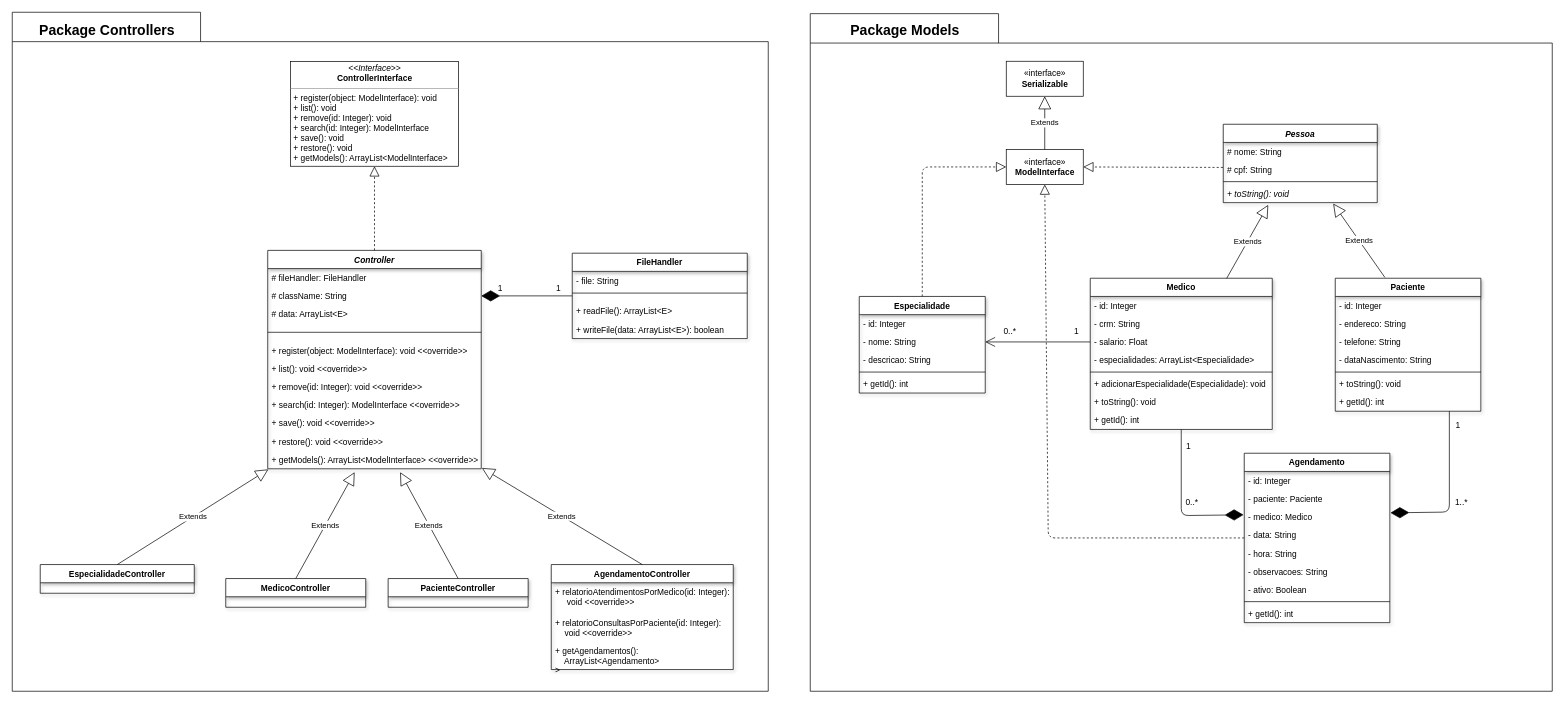
The draw.io diagram projeto1/docs/medical-clinic.drawio in thalysonalexr/POO, before the edit. Source tidied: cells renumbered, new cells numbered last; positions are measured from the earlier drawing's top-left corner, leaving out a move shared by most shapes. Both pictures are drawn from the tidied source at 70%, with x=0, y=0 at pixel (12, 12).
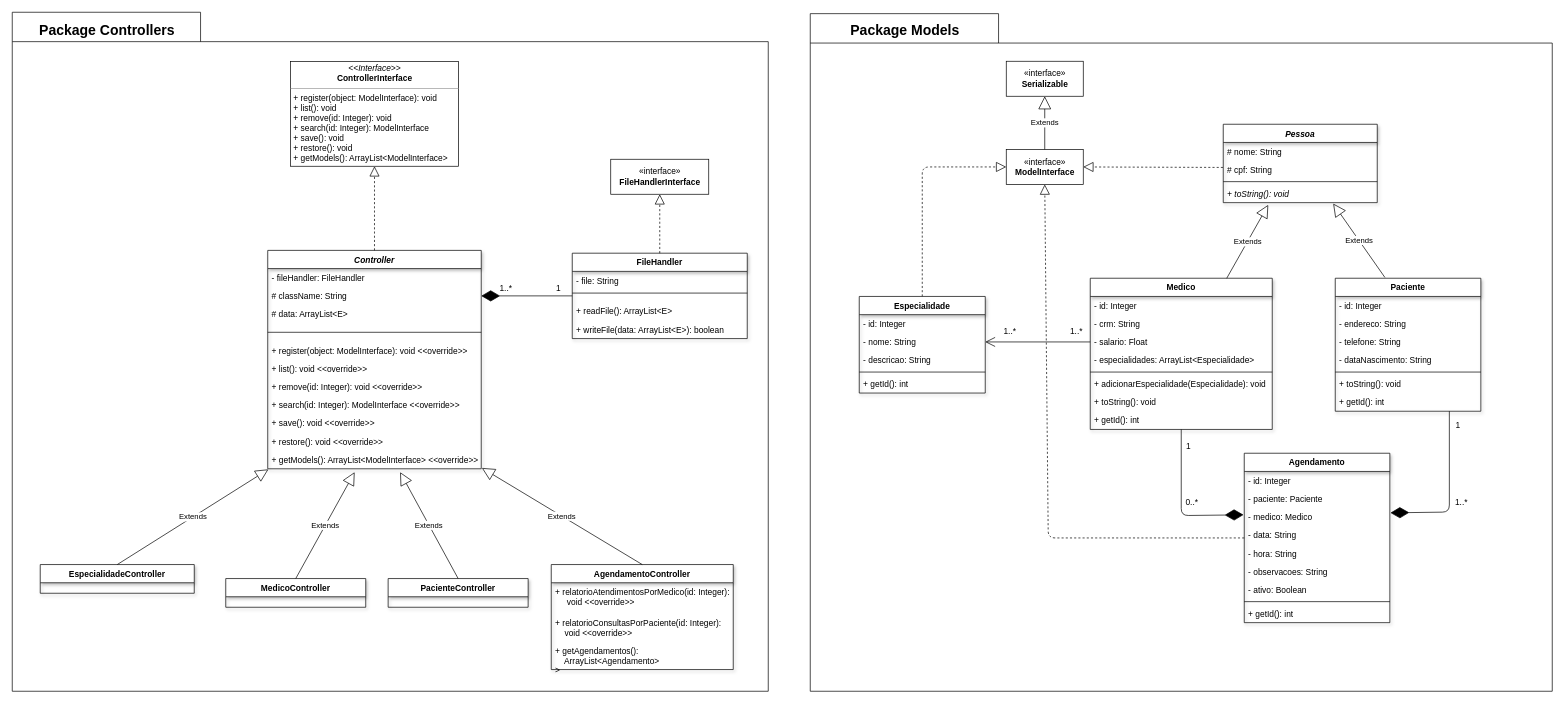
The same page after the edit.

The change refers to these unchanged cells:
```xml
<mxCell id="3" value="Controller" style="swimlane;fontStyle=3;align=center;verticalAlign=top;horizontal=1;startSize=26;shadow=1;" parent="1" vertex="1">
  <mxGeometry x="365" y="340.2" width="305" height="312" as="geometry" />
</mxCell>
<mxCell id="17" value="FileHandler" style="swimlane;fontStyle=1;align=center;verticalAlign=top;horizontal=1;startSize=26;shadow=1;" parent="1" vertex="1">
  <mxGeometry x="800" y="344.2" width="250" height="122" as="geometry" />
</mxCell>
```

Change to the diagram source:
```diff
@@
-    <mxCell id="4" value="# fileHandler: FileHandler" style="text;strokeColor=none;fillColor=none;align=left;verticalAlign=top;spacingLeft=4;spacingRight=4;overflow=hidden;" parent="3" vertex="1">
+    <mxCell id="4" value="- fileHandler: FileHandler" style="text;strokeColor=none;fillColor=none;align=left;verticalAlign=top;spacingLeft=4;spacingRight=4;overflow=hidden;" parent="3" vertex="1">
       <mxGeometry y="26" width="305" height="26" as="geometry" />
     </mxCell>
@@
-    <mxCell id="23" value="1" style="text;html=1;align=center;verticalAlign=middle;" parent="1" vertex="1">
-      <mxGeometry x="687" y="385.2" width="20" height="20" as="geometry" />
+    <mxCell id="23" value="1..*" style="text;html=1;align=center;verticalAlign=middle;" parent="1" vertex="1">
+      <mxGeometry x="690" y="385.2" width="30" height="20" as="geometry" />
     </mxCell>
@@
-    <mxCell id="63" value="0..*" style="text;html=1;align=center;verticalAlign=middle;direction=south;" parent="1" vertex="1">
+    <mxCell id="63" value="1..*" style="text;html=1;align=center;verticalAlign=middle;direction=south;" parent="1" vertex="1">
       <mxGeometry x="1410" y="446.2" width="30" height="20" as="geometry" />
     </mxCell>
-    <mxCell id="64" value="1" style="text;html=1;align=center;verticalAlign=middle;" parent="1" vertex="1">
-      <mxGeometry x="1510" y="446.2" width="20" height="20" as="geometry" />
+    <mxCell id="64" value="1..*" style="text;html=1;align=center;verticalAlign=middle;" parent="1" vertex="1">
+      <mxGeometry x="1505" y="446.2" width="30" height="20" as="geometry" />
     </mxCell>
@@
+    <mxCell id="94" value="«interface»&lt;br&gt;&lt;b&gt;FileHandlerInterface&lt;/b&gt;" style="html=1;" parent="1" vertex="1">
+      <mxGeometry x="855" y="210" width="140" height="50" as="geometry" />
+    </mxCell>
+    <mxCell id="95" style="endArrow=block;dashed=1;endFill=0;endSize=12;html=1;exitX=0.5;exitY=0;exitDx=0;exitDy=0;entryX=0.5;entryY=1;entryDx=0;entryDy=0;" parent="1" edge="1" source="17" target="94">
+      <mxGeometry relative="1" as="geometry" />
+    </mxCell>
```
